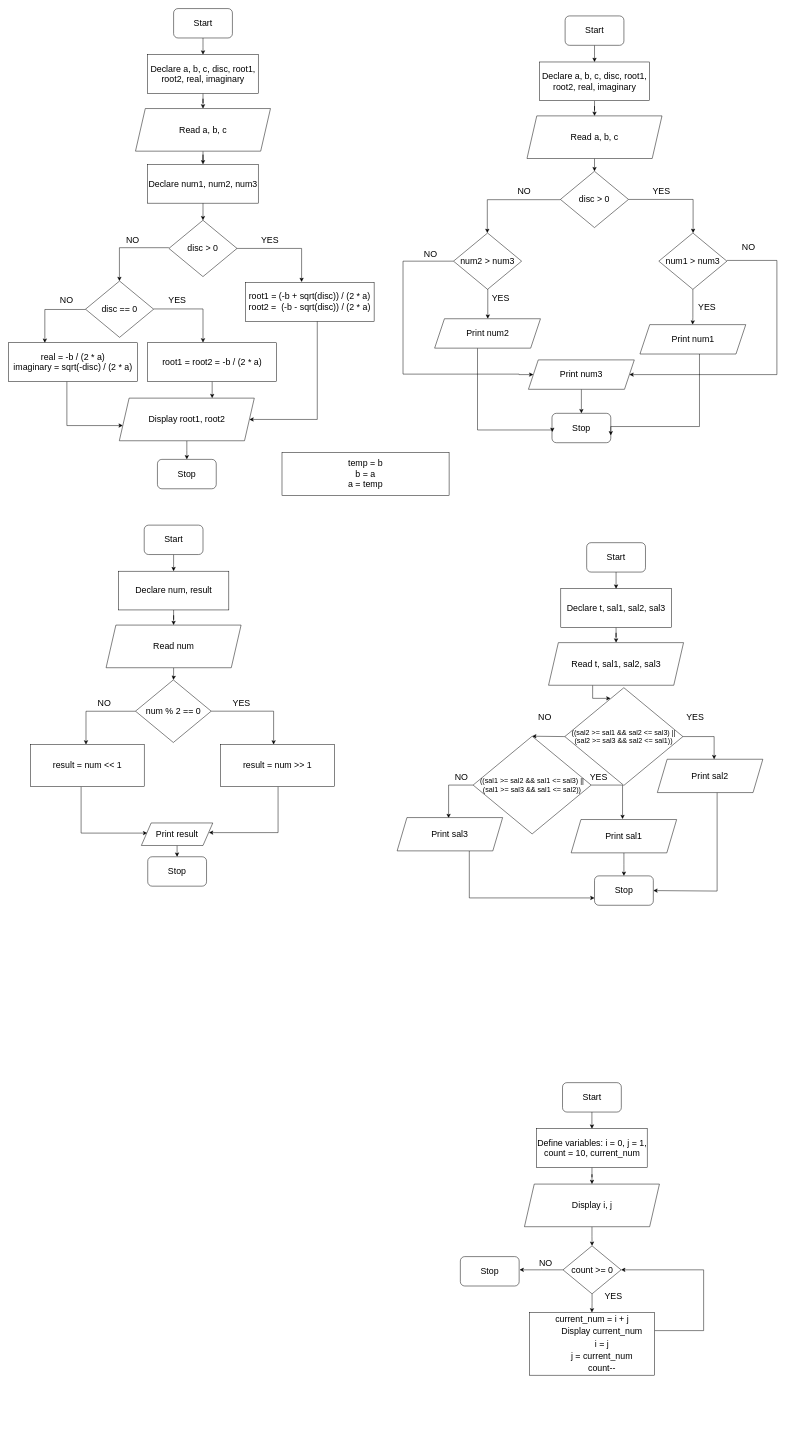
rustybladez/flowcharts keeps this draw.io diagram as Untitled Diagram.drawio. Above is the earlier version. Source tidied: cells renumbered, new cells numbered last; positions are measured from the earlier drawing's top-left corner, leaving out a move shared by most shapes. Both pictures are drawn from the tidied source at 49%, with x=0, y=0 at pixel (8, 8).
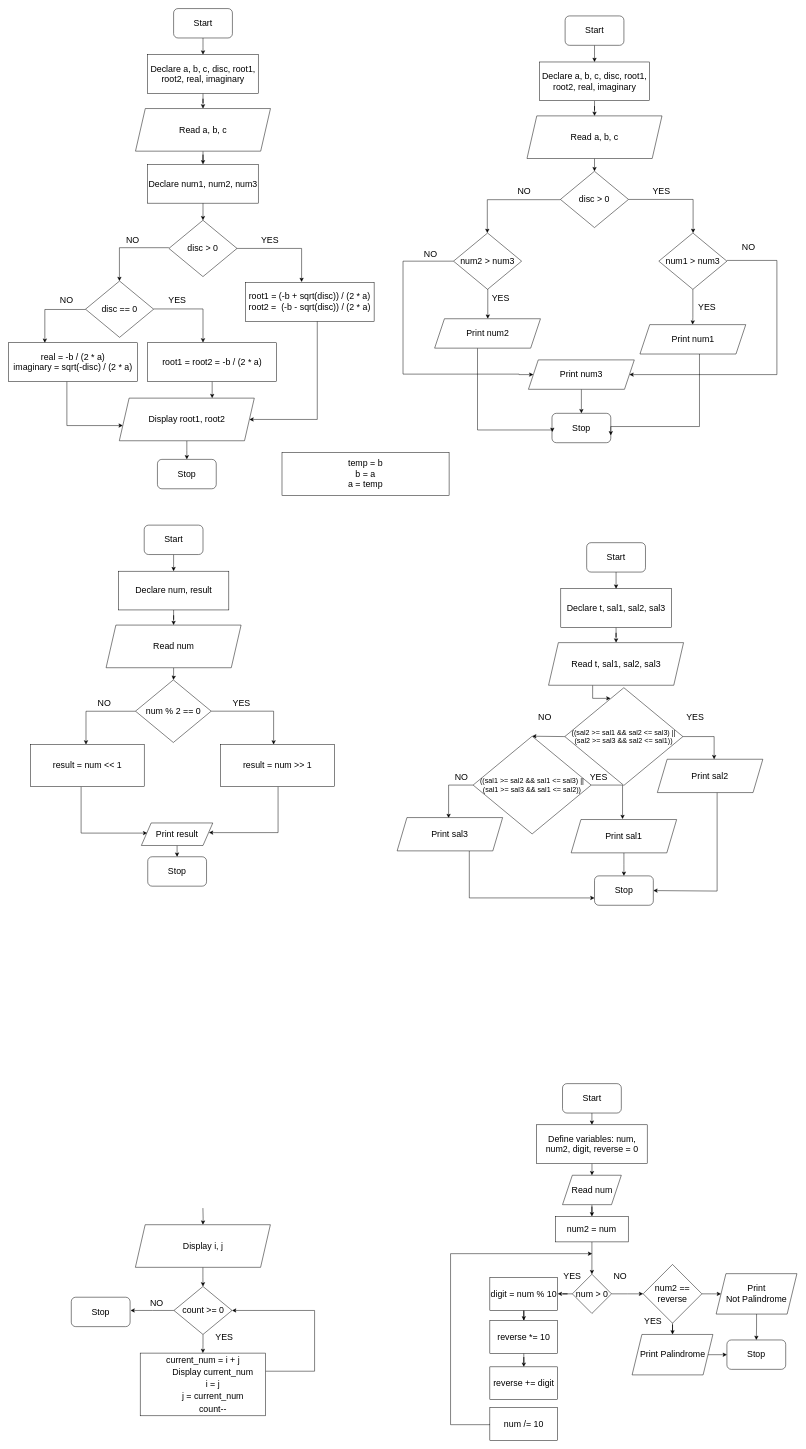
After the change.

Change to the diagram source:
```diff
@@
     <mxCell id="102" value="Start" style="rounded=1;whiteSpace=wrap;html=1;fontSize=18;" parent="1" vertex="1">
-      <mxGeometry x="1130.5" y="2192" width="120" height="60" as="geometry" />
+      <mxGeometry x="1130.5" y="2194" width="120" height="60" as="geometry" />
     </mxCell>
-    <mxCell id="103" style="edgeStyle=orthogonalEdgeStyle;rounded=0;jettySize=auto;html=1;" parent="1" edge="1" source="104" target="106">
-      <mxGeometry relative="1" as="geometry" />
+    <mxCell id="103" style="edgeStyle=orthogonalEdgeStyle;rounded=0;jettySize=auto;html=1;" parent="1" edge="1" target="106">
+      <mxGeometry relative="1" as="geometry">
+        <mxPoint x="396.6" y="2448" as="sourcePoint" />
+      </mxGeometry>
     </mxCell>
+    <mxCell id="115" style="edgeStyle=orthogonalEdgeStyle;rounded=0;jettySize=auto;html=1;" parent="1" edge="1" source="104" target="117">
+      <mxGeometry relative="1" as="geometry" />
+    </mxCell>
-    <mxCell id="104" value="&lt;span id=&quot;docs-internal-guid-a8c17a11-7fff-961b-f6a4-5bbeca798110&quot; style=&quot;font-size: 18px;&quot;&gt;&lt;span style=&quot;font-size: 18px; font-family: Arial; background-color: transparent; font-variant-numeric: normal; font-variant-east-asian: normal; vertical-align: baseline;&quot;&gt;Define variables: i = 0, j = 1, count = 10, current_num&lt;/span&gt;&lt;/span&gt;" style="rounded=0;whiteSpace=wrap;html=1;fontSize=18;" parent="1" vertex="1">
-      <mxGeometry x="1077.8" y="2286" width="225.5" height="79.1" as="geometry" />
+    <mxCell id="104" value="&lt;span id=&quot;docs-internal-guid-a8c17a11-7fff-961b-f6a4-5bbeca798110&quot; style=&quot;font-size: 18px;&quot;&gt;&lt;span style=&quot;font-size: 18px; font-family: Arial; background-color: transparent; font-variant-numeric: normal; font-variant-east-asian: normal; vertical-align: baseline;&quot;&gt;Define variables: num, num2, digit, reverse = 0&lt;/span&gt;&lt;/span&gt;" style="rounded=0;whiteSpace=wrap;html=1;fontSize=18;" parent="1" vertex="1">
+      <mxGeometry x="1077.8" y="2278" width="225.5" height="79.1" as="geometry" />
     </mxCell>
@@
     <mxCell id="106" value="&lt;font face=&quot;Arial&quot;&gt;Display i, j&lt;/font&gt;" style="shape=parallelogram;perimeter=parallelogramPerimeter;whiteSpace=wrap;html=1;fixedSize=1;fontSize=18;" parent="1" vertex="1">
-      <mxGeometry x="1052.8" y="2399" width="275.5" height="87" as="geometry" />
+      <mxGeometry x="258.8" y="2481.9" width="275.5" height="87" as="geometry" />
     </mxCell>
@@
     <mxCell id="108" style="edgeStyle=orthogonalEdgeStyle;rounded=0;jettySize=auto;html=1;" parent="1" edge="1" source="109">
       <mxGeometry relative="1" as="geometry">
-        <mxPoint x="1042.8" y="2574" as="targetPoint" />
+        <mxPoint x="248.8" y="2656.9" as="targetPoint" />
       </mxGeometry>
     </mxCell>
     <mxCell id="109" value="&lt;span id=&quot;docs-internal-guid-156d42f2-7fff-ed89-4b9b-1792f121a0f9&quot; style=&quot;font-size: 18px;&quot;&gt;&lt;span style=&quot;font-size: 18px; font-family: Arial; background-color: transparent; font-variant-numeric: normal; font-variant-east-asian: normal; vertical-align: baseline;&quot;&gt;count &amp;gt;= 0&lt;/span&gt;&lt;/span&gt;" style="rhombus;whiteSpace=wrap;html=1;fontSize=18;" parent="1" vertex="1">
-      <mxGeometry x="1131.5" y="2525" width="118.5" height="98" as="geometry" />
+      <mxGeometry x="337.5" y="2607.9" width="118.5" height="98" as="geometry" />
     </mxCell>
     <mxCell id="110" style="edgeStyle=orthogonalEdgeStyle;rounded=0;jettySize=auto;html=1;entryX=1;entryY=0.5;entryDx=0;entryDy=0;" parent="1" edge="1" source="111" target="109">
       <mxGeometry relative="1" as="geometry">
         <Array as="points">
-          <mxPoint x="1418.5" y="2698" />
-          <mxPoint x="1418.5" y="2574" />
+          <mxPoint x="624.5" y="2780.9" />
+          <mxPoint x="624.5" y="2656.9" />
         </Array>
       </mxGeometry>
     </mxCell>
     <mxCell id="111" value="&lt;span id=&quot;docs-internal-guid-c6b49f31-7fff-22fd-aaaa-b574742ac4c4&quot; style=&quot;&quot;&gt;&lt;p style=&quot;line-height: 1.38; margin-top: 0pt; margin-bottom: 0pt;&quot; dir=&quot;ltr&quot;&gt;&lt;font face=&quot;Arial&quot;&gt;current_num = i + j&lt;/font&gt;&lt;/p&gt;&lt;p style=&quot;line-height: 1.38; margin-top: 0pt; margin-bottom: 0pt;&quot; dir=&quot;ltr&quot;&gt;&lt;font face=&quot;Arial&quot;&gt;&amp;nbsp; &amp;nbsp; &amp;nbsp; &amp;nbsp; Display current_num&lt;/font&gt;&lt;/p&gt;&lt;p style=&quot;line-height: 1.38; margin-top: 0pt; margin-bottom: 0pt;&quot; dir=&quot;ltr&quot;&gt;&lt;font face=&quot;Arial&quot;&gt;&amp;nbsp; &amp;nbsp; &amp;nbsp; &amp;nbsp; i = j&lt;/font&gt;&lt;/p&gt;&lt;p style=&quot;line-height: 1.38; margin-top: 0pt; margin-bottom: 0pt;&quot; dir=&quot;ltr&quot;&gt;&lt;font face=&quot;Arial&quot;&gt;&amp;nbsp; &amp;nbsp; &amp;nbsp; &amp;nbsp; j = current_num&lt;/font&gt;&lt;/p&gt;&lt;p style=&quot;line-height: 1.38; margin-top: 0pt; margin-bottom: 0pt;&quot; dir=&quot;ltr&quot;&gt;&lt;font face=&quot;Arial&quot;&gt;&amp;nbsp; &amp;nbsp; &amp;nbsp; &amp;nbsp; count--&lt;/font&gt;&lt;/p&gt;&lt;/span&gt;" style="rounded=0;whiteSpace=wrap;html=1;fontSize=18;" parent="1" vertex="1">
-      <mxGeometry x="1062.6" y="2661" width="255.8" height="128" as="geometry" />
+      <mxGeometry x="268.6" y="2743.9" width="255.8" height="128" as="geometry" />
     </mxCell>
     <mxCell id="112" value="YES" style="text;html=1;align=center;verticalAlign=middle;strokeColor=none;fillColor=none;fontSize=18;" parent="1" vertex="1">
-      <mxGeometry x="1211.3" y="2615" width="46" height="26" as="geometry" />
+      <mxGeometry x="417.3" y="2697.9" width="46" height="26" as="geometry" />
     </mxCell>
     <mxCell id="113" value="NO" style="text;html=1;align=center;verticalAlign=middle;strokeColor=none;fillColor=none;fontSize=18;" parent="1" vertex="1">
-      <mxGeometry x="1077.8" y="2547" width="37" height="26" as="geometry" />
+      <mxGeometry x="283.8" y="2629.9" width="37" height="26" as="geometry" />
     </mxCell>
     <mxCell id="114" value="Stop" style="rounded=1;whiteSpace=wrap;html=1;fontSize=18;" parent="1" vertex="1">
-      <mxGeometry x="922" y="2547" width="120" height="60" as="geometry" />
+      <mxGeometry x="128" y="2629.9" width="120" height="60" as="geometry" />
     </mxCell>
+    <mxCell id="116" style="edgeStyle=orthogonalEdgeStyle;rounded=0;jettySize=auto;html=1;" parent="1" edge="1" source="117" target="119">
+      <mxGeometry relative="1" as="geometry" />
+    </mxCell>
+    <mxCell id="117" value="Read num" style="shape=parallelogram;perimeter=parallelogramPerimeter;whiteSpace=wrap;html=1;fixedSize=1;fontSize=18;rounded=0;" parent="1" vertex="1">
+      <mxGeometry x="1130.5" y="2381" width="120" height="60" as="geometry" />
+    </mxCell>
+    <mxCell id="118" style="edgeStyle=orthogonalEdgeStyle;rounded=0;jettySize=auto;html=1;" parent="1" edge="1" source="119" target="122">
+      <mxGeometry relative="1" as="geometry" />
+    </mxCell>
+    <mxCell id="119" value="&lt;span id=&quot;docs-internal-guid-a8c17a11-7fff-961b-f6a4-5bbeca798110&quot; style=&quot;font-size: 18px;&quot;&gt;&lt;span style=&quot;font-size: 18px; font-family: Arial; background-color: transparent; font-variant-numeric: normal; font-variant-east-asian: normal; vertical-align: baseline;&quot;&gt;num2 = num&lt;/span&gt;&lt;/span&gt;" style="rounded=0;whiteSpace=wrap;html=1;fontSize=18;" parent="1" vertex="1">
+      <mxGeometry x="1116.4" y="2465" width="148.2" height="52" as="geometry" />
+    </mxCell>
+    <mxCell id="120" style="edgeStyle=orthogonalEdgeStyle;rounded=0;jettySize=auto;html=1;" parent="1" edge="1" source="122" target="124">
+      <mxGeometry relative="1" as="geometry" />
+    </mxCell>
+    <mxCell id="121" style="edgeStyle=orthogonalEdgeStyle;rounded=0;jettySize=auto;html=1;" parent="1" edge="1" source="122" target="132">
+      <mxGeometry relative="1" as="geometry" />
+    </mxCell>
+    <mxCell id="122" value="num &amp;gt; 0" style="rhombus;whiteSpace=wrap;html=1;fontSize=18;rounded=0;" parent="1" vertex="1">
+      <mxGeometry x="1150.5" y="2583" width="80" height="80" as="geometry" />
+    </mxCell>
+    <mxCell id="123" style="edgeStyle=orthogonalEdgeStyle;rounded=0;jettySize=auto;html=1;" parent="1" edge="1" source="124" target="126">
+      <mxGeometry relative="1" as="geometry" />
+    </mxCell>
+    <mxCell id="124" value="digit = num % 10" style="rounded=0;whiteSpace=wrap;html=1;fontSize=18;" parent="1" vertex="1">
+      <mxGeometry x="982.2" y="2589.5" width="138.5" height="67" as="geometry" />
+    </mxCell>
+    <mxCell id="125" style="edgeStyle=orthogonalEdgeStyle;rounded=0;jettySize=auto;html=1;" parent="1" edge="1" source="126" target="128">
+      <mxGeometry relative="1" as="geometry" />
+    </mxCell>
+    <mxCell id="126" value="reverse *= 10" style="rounded=0;whiteSpace=wrap;html=1;fontSize=18;" parent="1" vertex="1">
+      <mxGeometry x="982.2" y="2677.4" width="138.5" height="67" as="geometry" />
+    </mxCell>
+    <mxCell id="127" style="edgeStyle=orthogonalEdgeStyle;rounded=0;jettySize=auto;html=1;exitX=0;exitY=0.5;exitDx=0;exitDy=0;" parent="1" edge="1" source="140">
+      <mxGeometry relative="1" as="geometry">
+        <mxPoint x="1191" y="2541" as="targetPoint" />
+        <Array as="points">
+          <mxPoint x="982" y="2890" />
+          <mxPoint x="902" y="2890" />
+          <mxPoint x="902" y="2541" />
+        </Array>
+      </mxGeometry>
+    </mxCell>
+    <mxCell id="128" value="reverse += digit" style="rounded=0;whiteSpace=wrap;html=1;fontSize=18;" parent="1" vertex="1">
+      <mxGeometry x="982.2" y="2772" width="138.5" height="67" as="geometry" />
+    </mxCell>
+    <mxCell id="129" value="YES" style="text;html=1;align=center;verticalAlign=middle;strokeColor=none;fillColor=none;fontSize=18;" parent="1" vertex="1">
+      <mxGeometry x="1127" y="2574" width="46" height="26" as="geometry" />
+    </mxCell>
+    <mxCell id="130" style="edgeStyle=orthogonalEdgeStyle;rounded=0;jettySize=auto;html=1;" parent="1" edge="1" source="132" target="138">
+      <mxGeometry relative="1" as="geometry" />
+    </mxCell>
+    <mxCell id="131" style="edgeStyle=orthogonalEdgeStyle;rounded=0;jettySize=auto;html=1;" parent="1" edge="1" source="132" target="142">
+      <mxGeometry relative="1" as="geometry" />
+    </mxCell>
+    <mxCell id="132" value="num2 == reverse" style="rhombus;whiteSpace=wrap;html=1;fontSize=18;rounded=0;" parent="1" vertex="1">
+      <mxGeometry x="1295" y="2563" width="119.9" height="119.9" as="geometry" />
+    </mxCell>
+    <mxCell id="133" style="edgeStyle=orthogonalEdgeStyle;rounded=0;orthogonalLoop=1;jettySize=auto;html=1;" parent="1" edge="1">
+      <mxGeometry relative="1" as="geometry">
+        <mxPoint x="1349.9" y="2772" as="sourcePoint" />
+      </mxGeometry>
+    </mxCell>
+    <mxCell id="134" style="edgeStyle=orthogonalEdgeStyle;rounded=0;orthogonalLoop=1;jettySize=auto;html=1;" parent="1" edge="1">
+      <mxGeometry relative="1" as="geometry">
+        <mxPoint x="1349.9" y="2868.6" as="sourcePoint" />
+      </mxGeometry>
+    </mxCell>
+    <mxCell id="135" value="NO" style="text;html=1;align=center;verticalAlign=middle;strokeColor=none;fillColor=none;fontSize=18;" parent="1" vertex="1">
+      <mxGeometry x="1229" y="2574" width="37" height="26" as="geometry" />
+    </mxCell>
+    <mxCell id="136" value="YES" style="text;html=1;align=center;verticalAlign=middle;strokeColor=none;fillColor=none;fontSize=18;" parent="1" vertex="1">
+      <mxGeometry x="1292" y="2667" width="46" height="26" as="geometry" />
+    </mxCell>
+    <mxCell id="137" style="edgeStyle=orthogonalEdgeStyle;rounded=0;jettySize=auto;html=1;" parent="1" edge="1" source="138" target="139">
+      <mxGeometry relative="1" as="geometry" />
+    </mxCell>
+    <mxCell id="138" value="Print&lt;br&gt;Not Palindrome" style="shape=parallelogram;perimeter=parallelogramPerimeter;whiteSpace=wrap;html=1;fixedSize=1;fontSize=18;rounded=0;" parent="1" vertex="1">
+      <mxGeometry x="1444" y="2581.8" width="164.9" height="82.5" as="geometry" />
+    </mxCell>
+    <mxCell id="139" value="Stop" style="rounded=1;whiteSpace=wrap;html=1;fontSize=18;" parent="1" vertex="1">
+      <mxGeometry x="1466" y="2717.1" width="120" height="60" as="geometry" />
+    </mxCell>
+    <mxCell id="140" value="num /= 10" style="rounded=0;whiteSpace=wrap;html=1;fontSize=18;" parent="1" vertex="1">
+      <mxGeometry x="982.2" y="2855" width="138.5" height="67" as="geometry" />
+    </mxCell>
+    <mxCell id="141" style="edgeStyle=orthogonalEdgeStyle;rounded=0;jettySize=auto;html=1;" parent="1" edge="1" source="142" target="139">
+      <mxGeometry relative="1" as="geometry" />
+    </mxCell>
+    <mxCell id="142" value="Print Palindrome" style="shape=parallelogram;perimeter=parallelogramPerimeter;whiteSpace=wrap;html=1;fixedSize=1;fontSize=18;rounded=0;" parent="1" vertex="1">
+      <mxGeometry x="1272.5" y="2705.9" width="164.9" height="82.5" as="geometry" />
+    </mxCell>
```
